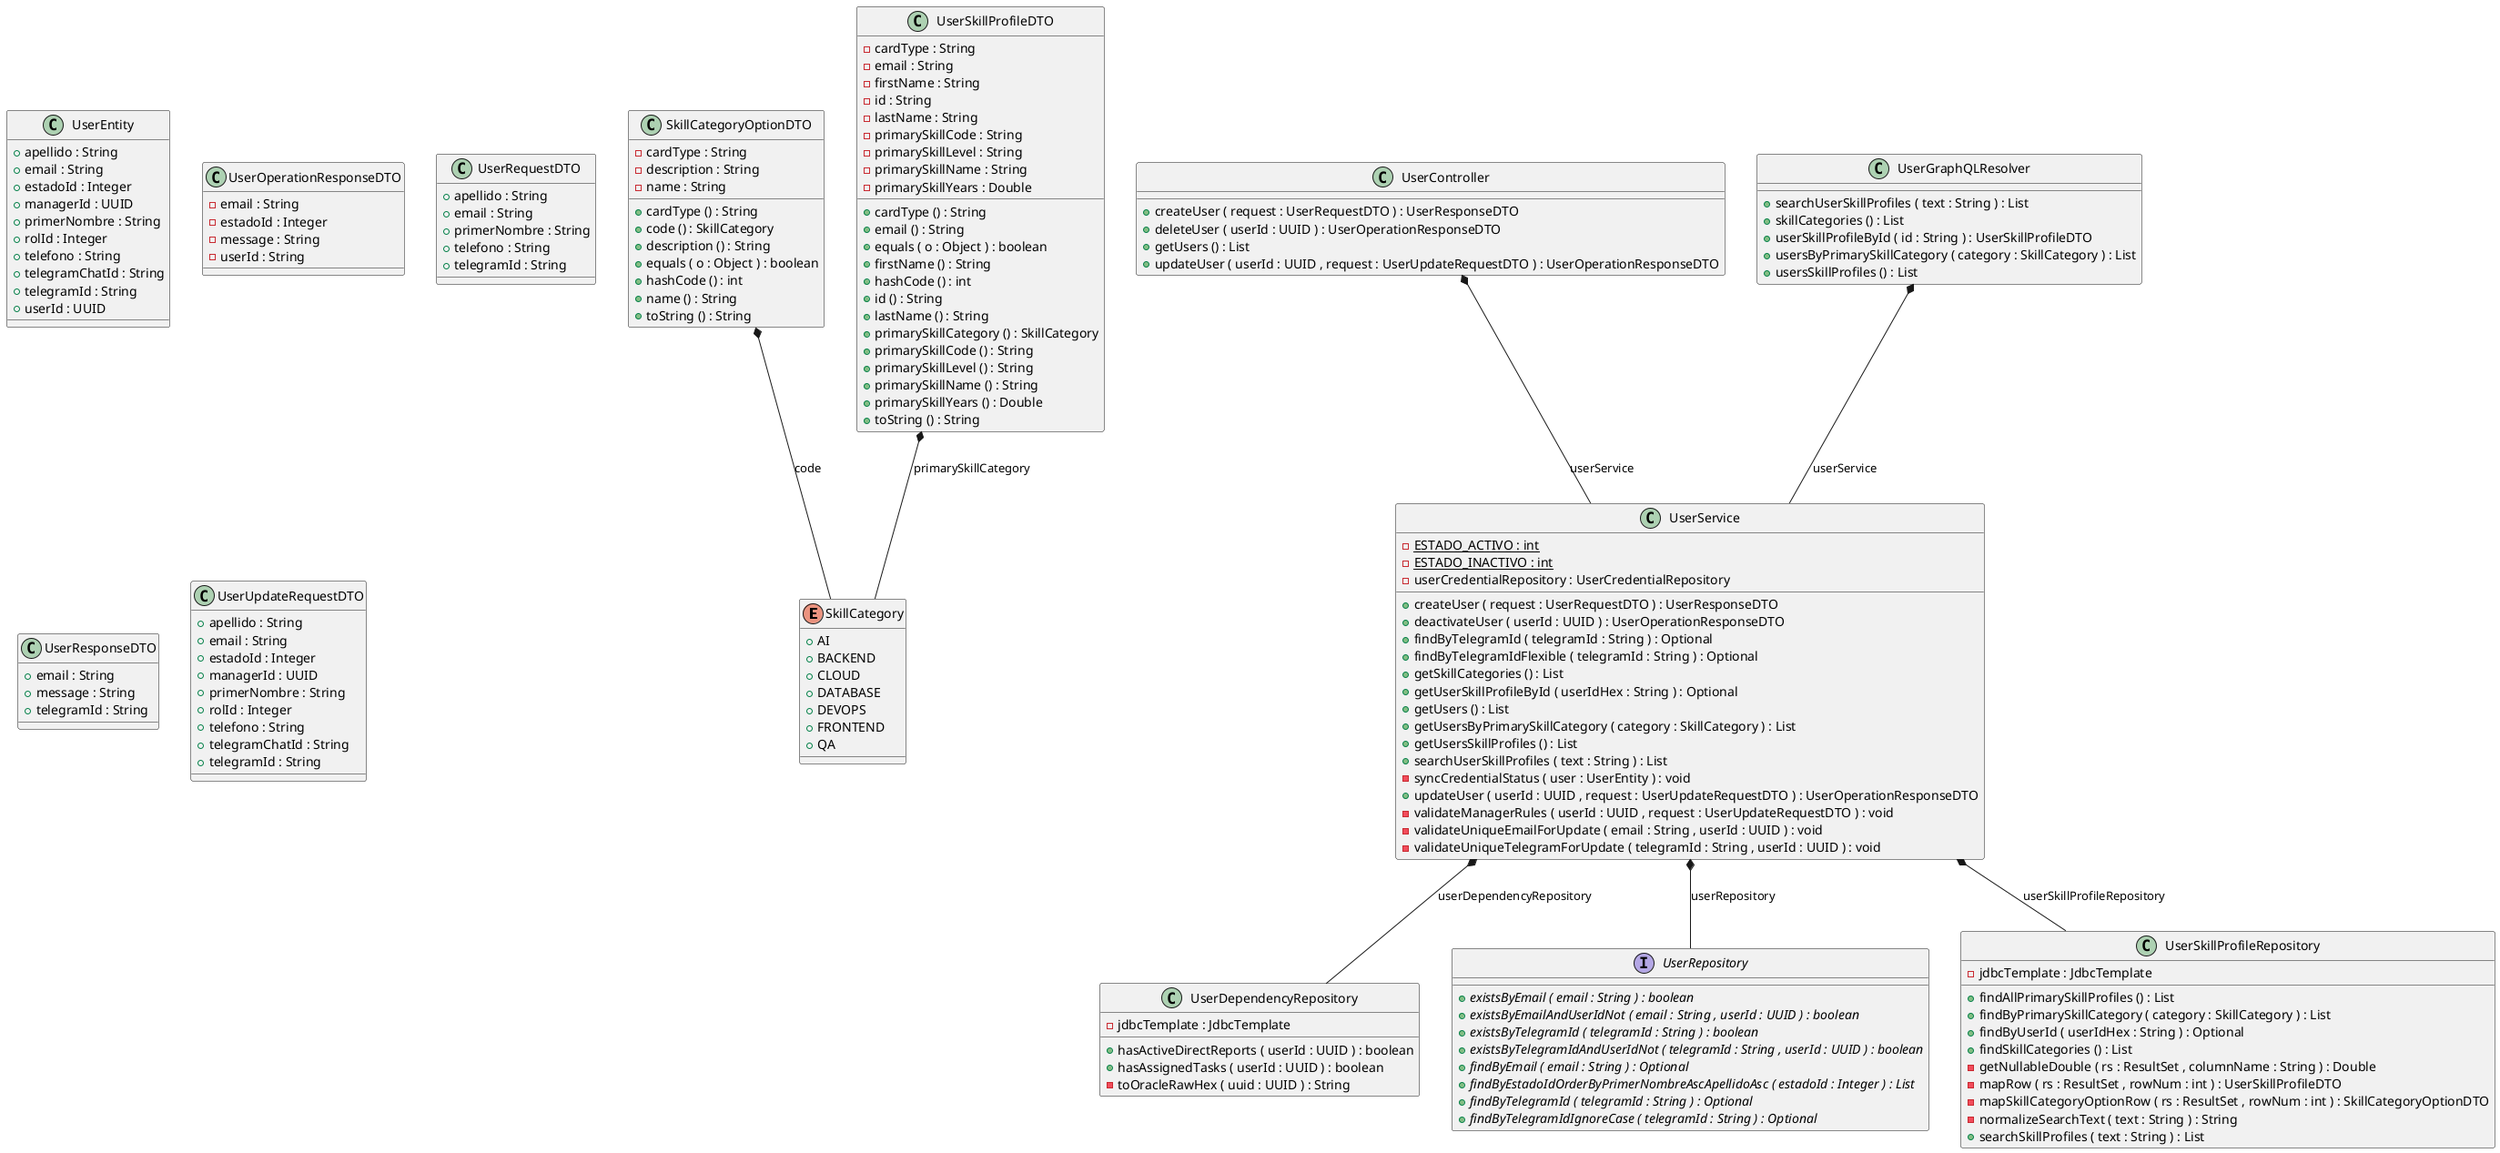
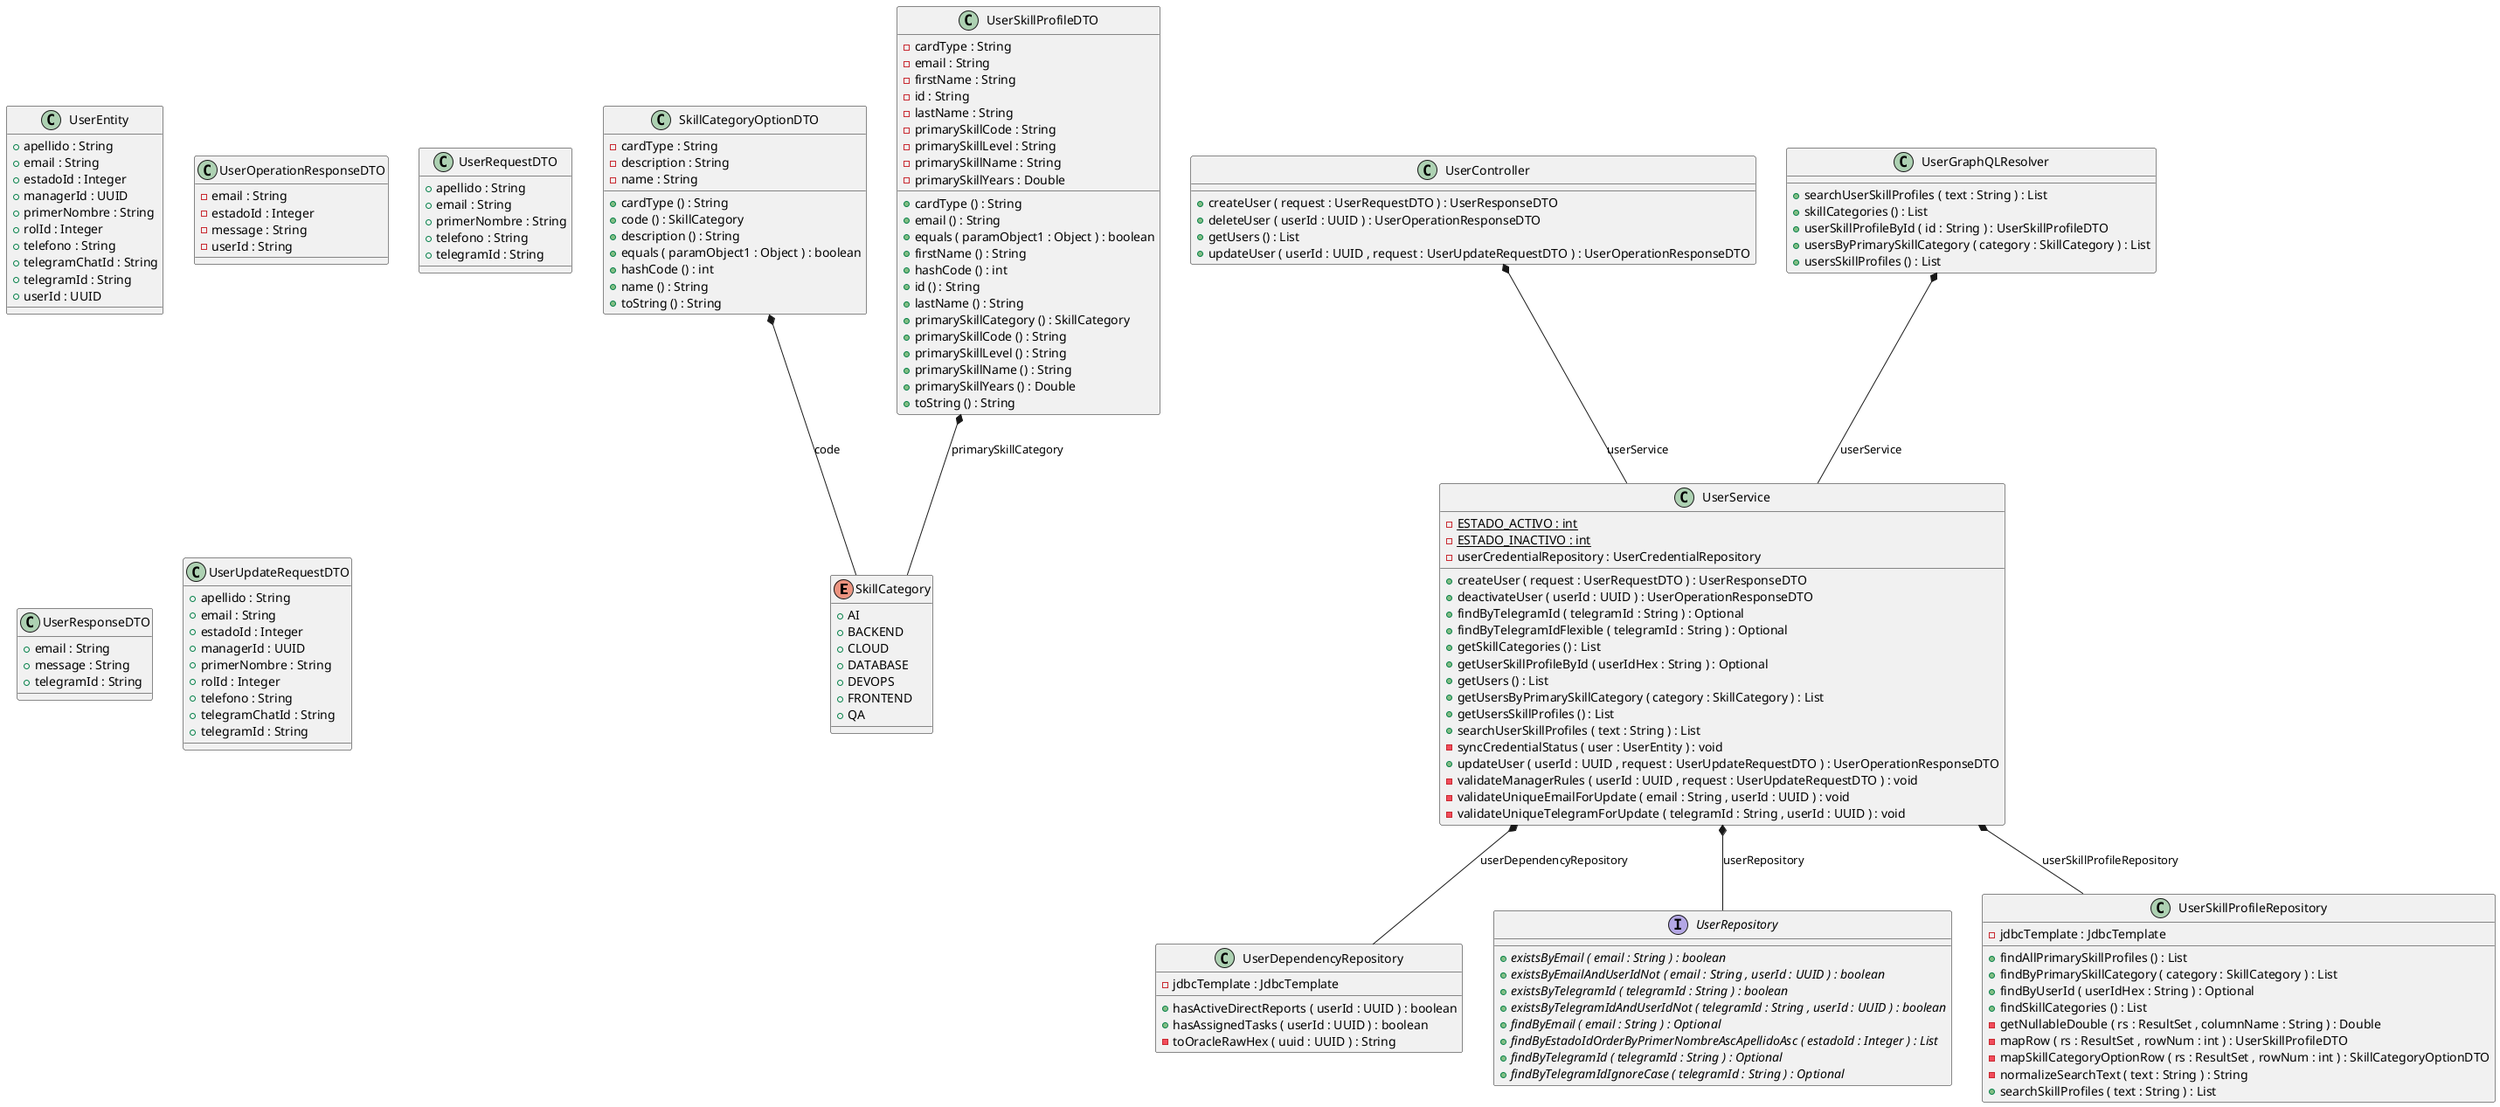
@startuml

enum SkillCategory {
	{field} +AI
	{field} +BACKEND
	{field} +CLOUD
	{field} +DATABASE
	{field} +DEVOPS
	{field} +FRONTEND
	{field} +QA
}


class SkillCategoryOptionDTO {
	{field} -cardType : String
	{field} -description : String
	{field} -name : String
	{method} +cardType () : String
	{method} +code () : SkillCategory
	{method} +description () : String
- 	{method} +equals ( o : Object ) : boolean
+ 	{method} +equals ( paramObject1 : Object ) : boolean
	{method} +hashCode () : int
	{method} +name () : String
	{method} +toString () : String
}


class UserController {
	{method} +createUser ( request : UserRequestDTO ) : UserResponseDTO
	{method} +deleteUser ( userId : UUID ) : UserOperationResponseDTO
	{method} +getUsers () : List
	{method} +updateUser ( userId : UUID , request : UserUpdateRequestDTO ) : UserOperationResponseDTO
}


class UserDependencyRepository {
	{field} -jdbcTemplate : JdbcTemplate
	{method} +hasActiveDirectReports ( userId : UUID ) : boolean
	{method} +hasAssignedTasks ( userId : UUID ) : boolean
	{method} -toOracleRawHex ( uuid : UUID ) : String
}


class UserEntity {
	{field} +apellido : String
	{field} +email : String
	{field} +estadoId : Integer
	{field} +managerId : UUID
	{field} +primerNombre : String
	{field} +rolId : Integer
	{field} +telefono : String
	{field} +telegramChatId : String
	{field} +telegramId : String
	{field} +userId : UUID
}


class UserGraphQLResolver {
	{method} +searchUserSkillProfiles ( text : String ) : List
	{method} +skillCategories () : List
	{method} +userSkillProfileById ( id : String ) : UserSkillProfileDTO
	{method} +usersByPrimarySkillCategory ( category : SkillCategory ) : List
	{method} +usersSkillProfiles () : List
}


class UserOperationResponseDTO {
	{field} -email : String
	{field} -estadoId : Integer
	{field} -message : String
	{field} -userId : String
}


interface UserRepository {
	{method}  {abstract} +existsByEmail ( email : String ) : boolean
	{method}  {abstract} +existsByEmailAndUserIdNot ( email : String , userId : UUID ) : boolean
	{method}  {abstract} +existsByTelegramId ( telegramId : String ) : boolean
	{method}  {abstract} +existsByTelegramIdAndUserIdNot ( telegramId : String , userId : UUID ) : boolean
	{method}  {abstract} +findByEmail ( email : String ) : Optional
	{method}  {abstract} +findByEstadoIdOrderByPrimerNombreAscApellidoAsc ( estadoId : Integer ) : List
	{method}  {abstract} +findByTelegramId ( telegramId : String ) : Optional
	{method}  {abstract} +findByTelegramIdIgnoreCase ( telegramId : String ) : Optional
}


class UserRequestDTO {
	{field} +apellido : String
	{field} +email : String
	{field} +primerNombre : String
	{field} +telefono : String
	{field} +telegramId : String
}


class UserResponseDTO {
	{field} +email : String
	{field} +message : String
	{field} +telegramId : String
}


class UserService {
	{field} {static} -ESTADO_ACTIVO : int
	{field} {static} -ESTADO_INACTIVO : int
	{field} -userCredentialRepository : UserCredentialRepository
	{method} +createUser ( request : UserRequestDTO ) : UserResponseDTO
	{method} +deactivateUser ( userId : UUID ) : UserOperationResponseDTO
	{method} +findByTelegramId ( telegramId : String ) : Optional
	{method} +findByTelegramIdFlexible ( telegramId : String ) : Optional
	{method} +getSkillCategories () : List
	{method} +getUserSkillProfileById ( userIdHex : String ) : Optional
	{method} +getUsers () : List
	{method} +getUsersByPrimarySkillCategory ( category : SkillCategory ) : List
	{method} +getUsersSkillProfiles () : List
	{method} +searchUserSkillProfiles ( text : String ) : List
	{method} -syncCredentialStatus ( user : UserEntity ) : void
	{method} +updateUser ( userId : UUID , request : UserUpdateRequestDTO ) : UserOperationResponseDTO
	{method} -validateManagerRules ( userId : UUID , request : UserUpdateRequestDTO ) : void
	{method} -validateUniqueEmailForUpdate ( email : String , userId : UUID ) : void
	{method} -validateUniqueTelegramForUpdate ( telegramId : String , userId : UUID ) : void
}


class UserSkillProfileDTO {
	{field} -cardType : String
	{field} -email : String
	{field} -firstName : String
	{field} -id : String
	{field} -lastName : String
	{field} -primarySkillCode : String
	{field} -primarySkillLevel : String
	{field} -primarySkillName : String
	{field} -primarySkillYears : Double
	{method} +cardType () : String
	{method} +email () : String
- 	{method} +equals ( o : Object ) : boolean
+ 	{method} +equals ( paramObject1 : Object ) : boolean
	{method} +firstName () : String
	{method} +hashCode () : int
	{method} +id () : String
	{method} +lastName () : String
	{method} +primarySkillCategory () : SkillCategory
	{method} +primarySkillCode () : String
	{method} +primarySkillLevel () : String
	{method} +primarySkillName () : String
	{method} +primarySkillYears () : Double
	{method} +toString () : String
}


class UserSkillProfileRepository {
	{field} -jdbcTemplate : JdbcTemplate
	{method} +findAllPrimarySkillProfiles () : List
	{method} +findByPrimarySkillCategory ( category : SkillCategory ) : List
	{method} +findByUserId ( userIdHex : String ) : Optional
	{method} +findSkillCategories () : List
	{method} -getNullableDouble ( rs : ResultSet , columnName : String ) : Double
	{method} -mapRow ( rs : ResultSet , rowNum : int ) : UserSkillProfileDTO
	{method} -mapSkillCategoryOptionRow ( rs : ResultSet , rowNum : int ) : SkillCategoryOptionDTO
	{method} -normalizeSearchText ( text : String ) : String
	{method} +searchSkillProfiles ( text : String ) : List
}


class UserUpdateRequestDTO {
	{field} +apellido : String
	{field} +email : String
	{field} +estadoId : Integer
	{field} +managerId : UUID
	{field} +primerNombre : String
	{field} +rolId : Integer
	{field} +telefono : String
	{field} +telegramChatId : String
	{field} +telegramId : String
}




SkillCategoryOptionDTO *--  SkillCategory : code
UserController *--  UserService : userService
UserGraphQLResolver *--  UserService : userService
UserService *--  UserDependencyRepository : userDependencyRepository
UserService *--  UserRepository : userRepository
UserService *--  UserSkillProfileRepository : userSkillProfileRepository
UserSkillProfileDTO *--  SkillCategory : primarySkillCategory


@enduml